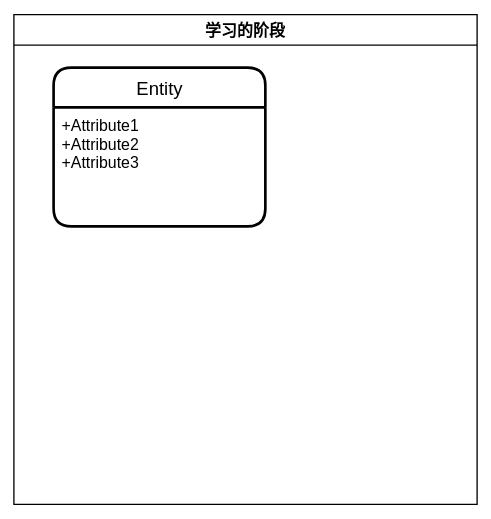
Before: Untitled Diagram.svg, a diagram exported from draw.io (Echo-Yanglulu/obsidianPrivateNote). Source tidied: cells renumbered, new cells last; positions are measured from the earlier drawing's top-left corner, leaving out a move shared by most shapes.
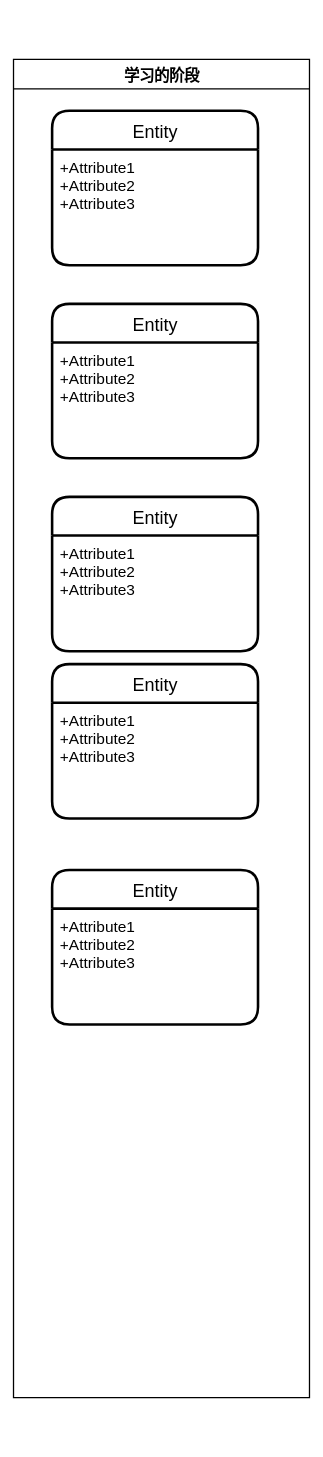
After the commit.

Diff of the diagram source:
```diff
@@ -3,7 +3,7 @@
     <mxCell id="0" />
     <mxCell id="1" parent="0" />
     <mxCell id="2" value="学习的阶段" style="swimlane;" parent="1" vertex="1">
-      <mxGeometry width="350" height="370" as="geometry" />
+      <mxGeometry width="230" height="1040" as="geometry" />
     </mxCell>
     <mxCell id="3" value="Entity" style="swimlane;horizontal=1;startSize=30;rounded=1;fontSize=14;fontStyle=0;strokeWidth=2;shadow=0;dashed=0;align=center;" parent="2" vertex="1">
       <mxGeometry x="30" y="40" width="160" height="120" as="geometry" />
@@ -11,5 +11,29 @@
     <mxCell id="4" value="+Attribute1&#10;+Attribute2&#10;+Attribute3" style="align=left;strokeColor=none;fillColor=none;spacingLeft=4;fontSize=12;verticalAlign=top;" parent="3" vertex="1">
       <mxGeometry y="30" width="160" height="90" as="geometry" />
     </mxCell>
+    <mxCell id="5" value="Entity" style="swimlane;horizontal=1;startSize=30;rounded=1;fontSize=14;fontStyle=0;strokeWidth=2;shadow=0;dashed=0;align=center;" parent="2" vertex="1">
+      <mxGeometry x="30" y="190" width="160" height="120" as="geometry" />
+    </mxCell>
+    <mxCell id="6" value="+Attribute1&#10;+Attribute2&#10;+Attribute3" style="align=left;strokeColor=none;fillColor=none;spacingLeft=4;fontSize=12;verticalAlign=top;" parent="5" vertex="1">
+      <mxGeometry y="30" width="160" height="90" as="geometry" />
+    </mxCell>
+    <mxCell id="7" value="Entity" style="swimlane;horizontal=1;startSize=30;rounded=1;fontSize=14;fontStyle=0;strokeWidth=2;shadow=0;dashed=0;align=center;" parent="2" vertex="1">
+      <mxGeometry x="30" y="340" width="160" height="120" as="geometry" />
+    </mxCell>
+    <mxCell id="8" value="+Attribute1&#10;+Attribute2&#10;+Attribute3" style="align=left;strokeColor=none;fillColor=none;spacingLeft=4;fontSize=12;verticalAlign=top;" parent="7" vertex="1">
+      <mxGeometry y="30" width="160" height="90" as="geometry" />
+    </mxCell>
+    <mxCell id="9" value="Entity" style="swimlane;horizontal=1;startSize=30;rounded=1;fontSize=14;fontStyle=0;strokeWidth=2;shadow=0;dashed=0;align=center;" parent="2" vertex="1">
+      <mxGeometry x="30" y="470" width="160" height="120" as="geometry" />
+    </mxCell>
+    <mxCell id="10" value="+Attribute1&#10;+Attribute2&#10;+Attribute3" style="align=left;strokeColor=none;fillColor=none;spacingLeft=4;fontSize=12;verticalAlign=top;" parent="9" vertex="1">
+      <mxGeometry y="30" width="160" height="90" as="geometry" />
+    </mxCell>
+    <mxCell id="11" value="Entity" style="swimlane;horizontal=1;startSize=30;rounded=1;fontSize=14;fontStyle=0;strokeWidth=2;shadow=0;dashed=0;align=center;" parent="2" vertex="1">
+      <mxGeometry x="30" y="630" width="160" height="120" as="geometry" />
+    </mxCell>
+    <mxCell id="12" value="+Attribute1&#10;+Attribute2&#10;+Attribute3" style="align=left;strokeColor=none;fillColor=none;spacingLeft=4;fontSize=12;verticalAlign=top;" parent="11" vertex="1">
+      <mxGeometry y="30" width="160" height="90" as="geometry" />
+    </mxCell>
   </root>
 </mxGraphModel>
```
